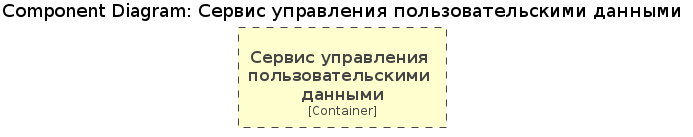
Above: schemas/C4/component/user_data_service_component_diagram.png in zergnk/architecture-pro-warmhouse (PlantUML), before the change. Its source is kept beside it as schemas/C4/component/user_data_service_component_diagram.puml.
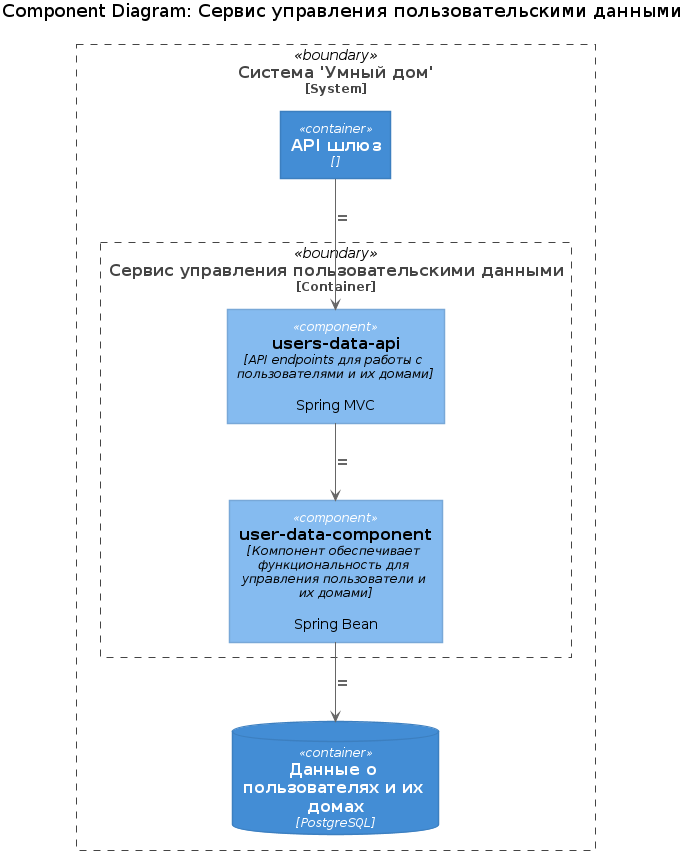
Later version of the same file.

What changed in the source:
```diff
@@ -3,5 +3,20 @@
 
 !include <C4/C4_Component.puml>
 
-Container_Boundary(user_data_management_service, "Сервис управления пользовательскими данными")
+
+System_Boundary(smart_house, "Система 'Умный дом'") {
+    Container("api_gateway", "API шлюз", "")
+
+    Container_Boundary(user_data_management_service, "Сервис управления пользовательскими данными") {
+        Component(component_user_data_api, "users-data-api", "API endpoints для работы с пользователями и их домами", "Spring MVC")
+        Component(component_user_data, "user-data-component", "Компонент обеспечивает функциональность для управления пользователи и их домами", "Spring Bean")
+    }
+
+    ContainerDb(db, "Данные о пользователях и их домах", "PostgreSQL")
+}
+
+Rel(api_gateway, component_user_data_api, "")
+Rel(component_user_data_api, component_user_data, "")
+Rel(component_user_data, db, "")
+
 @enduml
```
